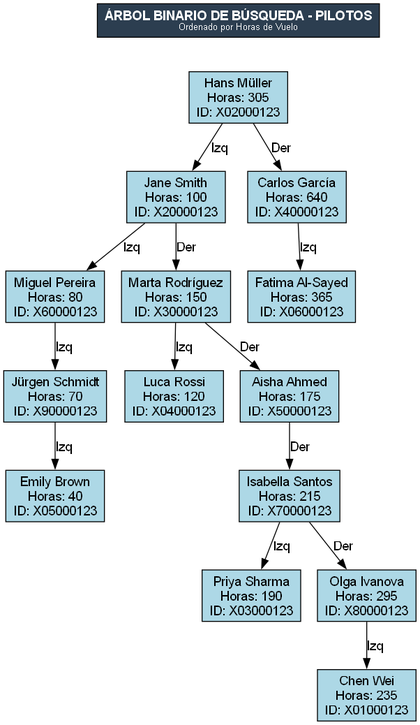
Above: EDD_Practica_202401884/reportes/arbol_pilotos.png in Alexis31T/EDD_Proyecto_202401884 (Graphviz), before the change. Its source is kept beside it as EDD_Practica_202401884/reportes/arbol_pilotos.dot. Its diagram source:
```dot
digraph ArbolBinarioPilotos {
    node [shape=box, style=filled, fillcolor=lightblue, fontname="Arial"];
    edge [fontname="Arial"];
    rankdir=TB;

    titulo [label=<<B>ÁRBOL BINARIO DE BÚSQUEDA - PILOTOS</B><BR/><FONT POINT-SIZE="10">Ordenado por Horas de Vuelo</FONT>>, shape=box, fillcolor="#2C3E50", fontcolor=white, style=filled];

    nodo4 [label="Emily Brown\nHoras: 40\nID: X05000123"];
    nodo3 -> nodo4 [label="Izq"];
    nodo3 [label="Jürgen Schmidt\nHoras: 70\nID: X90000123"];
    nodo2 -> nodo3 [label="Izq"];
    nodo2 [label="Miguel Pereira\nHoras: 80\nID: X60000123"];
    nodo1 -> nodo2 [label="Izq"];
    nodo6 [label="Luca Rossi\nHoras: 120\nID: X04000123"];
    nodo5 -> nodo6 [label="Izq"];
    nodo9 [label="Priya Sharma\nHoras: 190\nID: X03000123"];
    nodo8 -> nodo9 [label="Izq"];
    nodo11 [label="Chen Wei\nHoras: 235\nID: X01000123"];
    nodo10 -> nodo11 [label="Izq"];
    nodo10 [label="Olga Ivanova\nHoras: 295\nID: X80000123"];
    nodo8 -> nodo10 [label="Der"];
    nodo8 [label="Isabella Santos\nHoras: 215\nID: X70000123"];
    nodo7 -> nodo8 [label="Der"];
    nodo7 [label="Aisha Ahmed\nHoras: 175\nID: X50000123"];
    nodo5 -> nodo7 [label="Der"];
    nodo5 [label="Marta Rodríguez\nHoras: 150\nID: X30000123"];
    nodo1 -> nodo5 [label="Der"];
    nodo1 [label="Jane Smith\nHoras: 100\nID: X20000123"];
    nodo0 -> nodo1 [label="Izq"];
    nodo13 [label="Fatima Al-Sayed\nHoras: 365\nID: X06000123"];
    nodo12 -> nodo13 [label="Izq"];
    nodo12 [label="Carlos García\nHoras: 640\nID: X40000123"];
    nodo0 -> nodo12 [label="Der"];
    nodo0 [label="Hans Müller\nHoras: 305\nID: X02000123"];
    titulo -> nodo0 [style=invis];
}
```
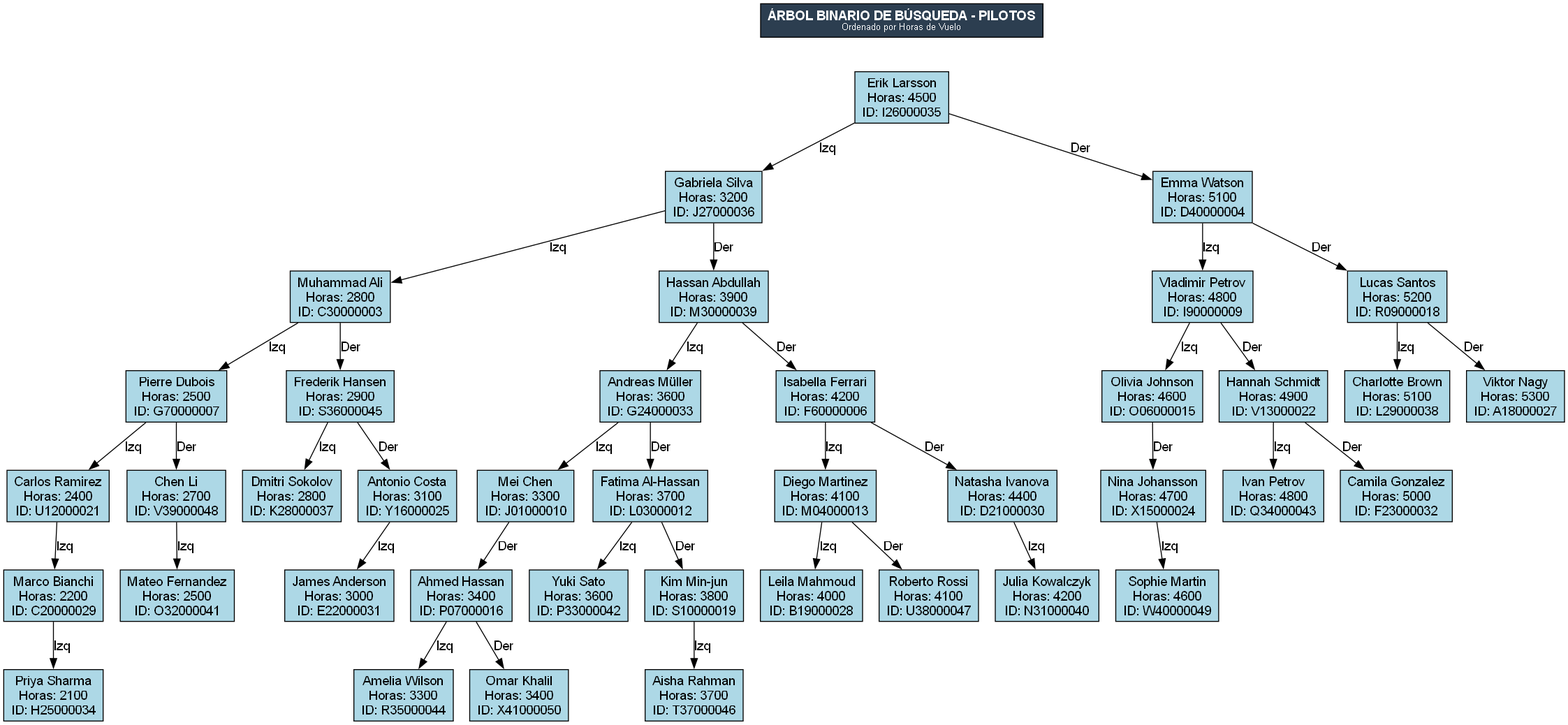
Later version of the same file.

The edit, as a diff of the source:
```diff
@@ -5,32 +5,84 @@
 
     titulo [label=<<B>ÁRBOL BINARIO DE BÚSQUEDA - PILOTOS</B><BR/><FONT POINT-SIZE="10">Ordenado por Horas de Vuelo</FONT>>, shape=box, fillcolor="#2C3E50", fontcolor=white, style=filled];
 
-    nodo4 [label="Emily Brown\nHoras: 40\nID: X05000123"];
+    nodo6 [label="Priya Sharma\nHoras: 2100\nID: H25000034"];
+    nodo5 -> nodo6 [label="Izq"];
+    nodo5 [label="Marco Bianchi\nHoras: 2200\nID: C20000029"];
+    nodo4 -> nodo5 [label="Izq"];
+    nodo4 [label="Carlos Ramirez\nHoras: 2400\nID: U12000021"];
     nodo3 -> nodo4 [label="Izq"];
-    nodo3 [label="Jürgen Schmidt\nHoras: 70\nID: X90000123"];
+    nodo8 [label="Mateo Fernandez\nHoras: 2500\nID: O32000041"];
+    nodo7 -> nodo8 [label="Izq"];
+    nodo7 [label="Chen Li\nHoras: 2700\nID: V39000048"];
+    nodo3 -> nodo7 [label="Der"];
+    nodo3 [label="Pierre Dubois\nHoras: 2500\nID: G70000007"];
     nodo2 -> nodo3 [label="Izq"];
-    nodo2 [label="Miguel Pereira\nHoras: 80\nID: X60000123"];
+    nodo10 [label="Dmitri Sokolov\nHoras: 2800\nID: K28000037"];
+    nodo9 -> nodo10 [label="Izq"];
+    nodo12 [label="James Anderson\nHoras: 3000\nID: E22000031"];
+    nodo11 -> nodo12 [label="Izq"];
+    nodo11 [label="Antonio Costa\nHoras: 3100\nID: Y16000025"];
+    nodo9 -> nodo11 [label="Der"];
+    nodo9 [label="Frederik Hansen\nHoras: 2900\nID: S36000045"];
+    nodo2 -> nodo9 [label="Der"];
+    nodo2 [label="Muhammad Ali\nHoras: 2800\nID: C30000003"];
     nodo1 -> nodo2 [label="Izq"];
-    nodo6 [label="Luca Rossi\nHoras: 120\nID: X04000123"];
-    nodo5 -> nodo6 [label="Izq"];
-    nodo9 [label="Priya Sharma\nHoras: 190\nID: X03000123"];
-    nodo8 -> nodo9 [label="Izq"];
-    nodo11 [label="Chen Wei\nHoras: 235\nID: X01000123"];
-    nodo10 -> nodo11 [label="Izq"];
-    nodo10 [label="Olga Ivanova\nHoras: 295\nID: X80000123"];
-    nodo8 -> nodo10 [label="Der"];
-    nodo8 [label="Isabella Santos\nHoras: 215\nID: X70000123"];
-    nodo7 -> nodo8 [label="Der"];
-    nodo7 [label="Aisha Ahmed\nHoras: 175\nID: X50000123"];
-    nodo5 -> nodo7 [label="Der"];
-    nodo5 [label="Marta Rodríguez\nHoras: 150\nID: X30000123"];
-    nodo1 -> nodo5 [label="Der"];
-    nodo1 [label="Jane Smith\nHoras: 100\nID: X20000123"];
+    nodo17 [label="Amelia Wilson\nHoras: 3300\nID: R35000044"];
+    nodo16 -> nodo17 [label="Izq"];
+    nodo18 [label="Omar Khalil\nHoras: 3400\nID: X41000050"];
+    nodo16 -> nodo18 [label="Der"];
+    nodo16 [label="Ahmed Hassan\nHoras: 3400\nID: P07000016"];
+    nodo15 -> nodo16 [label="Der"];
+    nodo15 [label="Mei Chen\nHoras: 3300\nID: J01000010"];
+    nodo14 -> nodo15 [label="Izq"];
+    nodo20 [label="Yuki Sato\nHoras: 3600\nID: P33000042"];
+    nodo19 -> nodo20 [label="Izq"];
+    nodo22 [label="Aisha Rahman\nHoras: 3700\nID: T37000046"];
+    nodo21 -> nodo22 [label="Izq"];
+    nodo21 [label="Kim Min-jun\nHoras: 3800\nID: S10000019"];
+    nodo19 -> nodo21 [label="Der"];
+    nodo19 [label="Fatima Al-Hassan\nHoras: 3700\nID: L03000012"];
+    nodo14 -> nodo19 [label="Der"];
+    nodo14 [label="Andreas Müller\nHoras: 3600\nID: G24000033"];
+    nodo13 -> nodo14 [label="Izq"];
+    nodo25 [label="Leila Mahmoud\nHoras: 4000\nID: B19000028"];
+    nodo24 -> nodo25 [label="Izq"];
+    nodo26 [label="Roberto Rossi\nHoras: 4100\nID: U38000047"];
+    nodo24 -> nodo26 [label="Der"];
+    nodo24 [label="Diego Martinez\nHoras: 4100\nID: M04000013"];
+    nodo23 -> nodo24 [label="Izq"];
+    nodo28 [label="Julia Kowalczyk\nHoras: 4200\nID: N31000040"];
+    nodo27 -> nodo28 [label="Izq"];
+    nodo27 [label="Natasha Ivanova\nHoras: 4400\nID: D21000030"];
+    nodo23 -> nodo27 [label="Der"];
+    nodo23 [label="Isabella Ferrari\nHoras: 4200\nID: F60000006"];
+    nodo13 -> nodo23 [label="Der"];
+    nodo13 [label="Hassan Abdullah\nHoras: 3900\nID: M30000039"];
+    nodo1 -> nodo13 [label="Der"];
+    nodo1 [label="Gabriela Silva\nHoras: 3200\nID: J27000036"];
     nodo0 -> nodo1 [label="Izq"];
-    nodo13 [label="Fatima Al-Sayed\nHoras: 365\nID: X06000123"];
-    nodo12 -> nodo13 [label="Izq"];
-    nodo12 [label="Carlos García\nHoras: 640\nID: X40000123"];
-    nodo0 -> nodo12 [label="Der"];
-    nodo0 [label="Hans Müller\nHoras: 305\nID: X02000123"];
+    nodo33 [label="Sophie Martin\nHoras: 4600\nID: W40000049"];
+    nodo32 -> nodo33 [label="Izq"];
+    nodo32 [label="Nina Johansson\nHoras: 4700\nID: X15000024"];
+    nodo31 -> nodo32 [label="Der"];
+    nodo31 [label="Olivia Johnson\nHoras: 4600\nID: O06000015"];
+    nodo30 -> nodo31 [label="Izq"];
+    nodo35 [label="Ivan Petrov\nHoras: 4800\nID: Q34000043"];
+    nodo34 -> nodo35 [label="Izq"];
+    nodo36 [label="Camila Gonzalez\nHoras: 5000\nID: F23000032"];
+    nodo34 -> nodo36 [label="Der"];
+    nodo34 [label="Hannah Schmidt\nHoras: 4900\nID: V13000022"];
+    nodo30 -> nodo34 [label="Der"];
+    nodo30 [label="Vladimir Petrov\nHoras: 4800\nID: I90000009"];
+    nodo29 -> nodo30 [label="Izq"];
+    nodo38 [label="Charlotte Brown\nHoras: 5100\nID: L29000038"];
+    nodo37 -> nodo38 [label="Izq"];
+    nodo39 [label="Viktor Nagy\nHoras: 5300\nID: A18000027"];
+    nodo37 -> nodo39 [label="Der"];
+    nodo37 [label="Lucas Santos\nHoras: 5200\nID: R09000018"];
+    nodo29 -> nodo37 [label="Der"];
+    nodo29 [label="Emma Watson\nHoras: 5100\nID: D40000004"];
+    nodo0 -> nodo29 [label="Der"];
+    nodo0 [label="Erik Larsson\nHoras: 4500\nID: I26000035"];
     titulo -> nodo0 [style=invis];
 }
```
